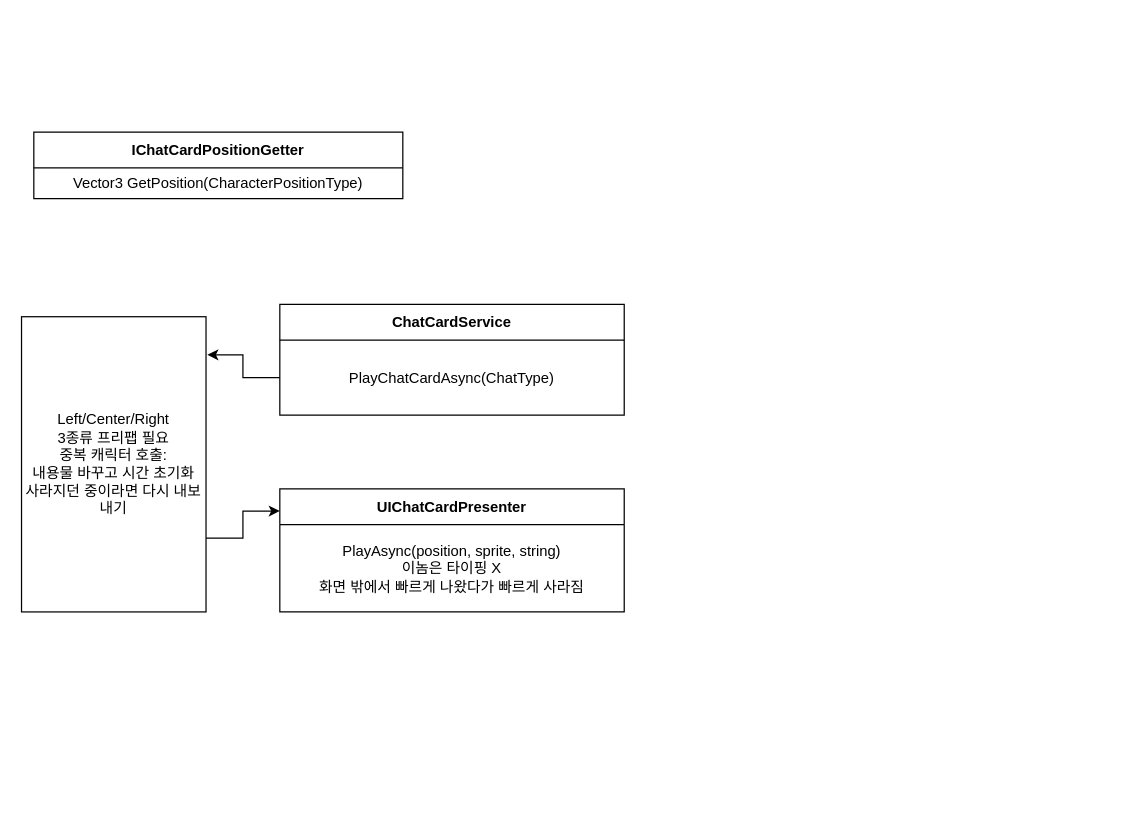
This is page "ChatCard" (14 of 18) of Diagram.drawio from ClapJeong/LRGame, a draw.io file, before an edit. Source tidied: cells renumbered, new cells numbered last; positions are measured from the earlier drawing's top-left corner, leaving out a move shared by most shapes. Both pictures are drawn from the tidied source at 123%, with x=0, y=0 at pixel (21, 132).
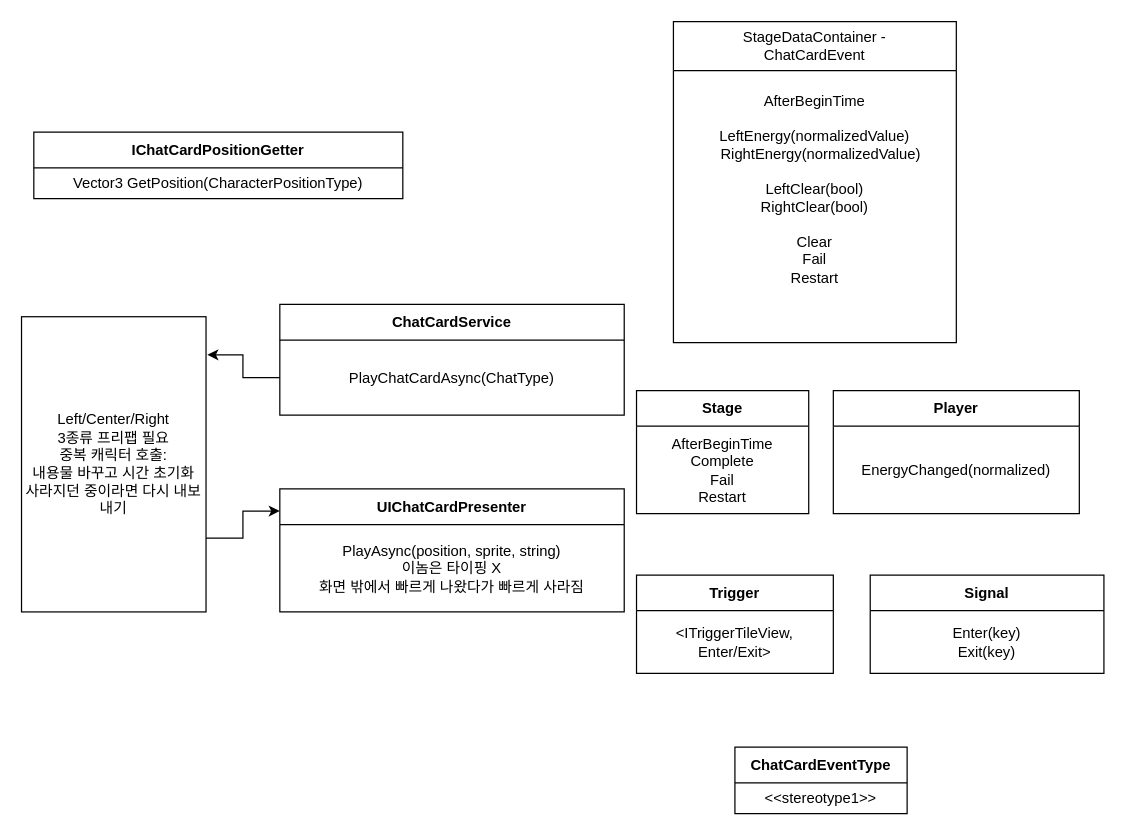
The same page after the edit.

The edit, as a diff of the source:
```diff
@@
+    <mxCell id="11" value="&lt;span style=&quot;font-weight: 400;&quot;&gt;StageDataContainer -&lt;/span&gt;&lt;div&gt;&lt;span style=&quot;font-weight: 400;&quot;&gt;ChatCardEvent&lt;/span&gt;&lt;/div&gt;" style="swimlane;fontStyle=1;align=center;verticalAlign=middle;horizontal=1;startSize=40;html=1;whiteSpace=wrap;" parent="1" vertex="1">
+      <mxGeometry x="530" y="-90" width="230" height="261" as="geometry" />
+    </mxCell>
+    <mxCell id="12" value="AfterBeginTime&lt;div&gt;&lt;br&gt;&lt;div&gt;&lt;div&gt;LeftEnergy(normalizedValue)&lt;/div&gt;&lt;div&gt;&amp;nbsp; &amp;nbsp;RightEnergy(normalizedValue)&lt;/div&gt;&lt;/div&gt;&lt;div&gt;&lt;br&gt;&lt;/div&gt;&lt;div&gt;&lt;div&gt;LeftClear(bool)&lt;/div&gt;&lt;div&gt;&lt;span style=&quot;background-color: transparent; color: light-dark(rgb(0, 0, 0), rgb(255, 255, 255));&quot;&gt;RightClear(bool)&lt;/span&gt;&lt;/div&gt;&lt;div&gt;&lt;br&gt;&lt;/div&gt;&lt;/div&gt;&lt;/div&gt;&lt;div&gt;Clear&lt;/div&gt;&lt;div&gt;Fail&lt;/div&gt;&lt;div&gt;Restart&lt;/div&gt;&lt;div&gt;&lt;br&gt;&lt;/div&gt;&lt;div&gt;&lt;br&gt;&lt;/div&gt;" style="text;html=1;strokeColor=none;fillColor=none;align=center;verticalAlign=middle;spacingLeft=4;spacingRight=4;overflow=hidden;whiteSpace=wrap;" parent="11" vertex="1">
+      <mxGeometry y="40" width="230" height="221" as="geometry" />
+    </mxCell>
+    <mxCell id="13" value="Stage" style="swimlane;fontStyle=1;align=center;verticalAlign=middle;horizontal=1;startSize=29;html=1;whiteSpace=wrap;" parent="1" vertex="1">
+      <mxGeometry x="500" y="210" width="140" height="100" as="geometry" />
+    </mxCell>
+    <mxCell id="14" value="AfterBeginTime&lt;div&gt;Complete&lt;/div&gt;&lt;div&gt;Fail&lt;/div&gt;&lt;div&gt;Restart&lt;/div&gt;" style="text;html=1;strokeColor=none;fillColor=none;align=center;verticalAlign=middle;spacingLeft=4;spacingRight=4;overflow=hidden;whiteSpace=wrap;" parent="13" vertex="1">
+      <mxGeometry y="29" width="140" height="71" as="geometry" />
+    </mxCell>
+    <mxCell id="15" value="Player" style="swimlane;fontStyle=1;align=center;verticalAlign=middle;horizontal=1;startSize=29;html=1;whiteSpace=wrap;" parent="1" vertex="1">
+      <mxGeometry x="660" y="210" width="200" height="100" as="geometry" />
+    </mxCell>
+    <mxCell id="16" value="EnergyChanged(normalized)" style="text;html=1;strokeColor=none;fillColor=none;align=center;verticalAlign=middle;spacingLeft=4;spacingRight=4;overflow=hidden;whiteSpace=wrap;" parent="15" vertex="1">
+      <mxGeometry y="29" width="200" height="71" as="geometry" />
+    </mxCell>
+    <mxCell id="17" value="Trigger" style="swimlane;fontStyle=1;align=center;verticalAlign=middle;horizontal=1;startSize=29;html=1;whiteSpace=wrap;" parent="1" vertex="1">
+      <mxGeometry x="500" y="360" width="160" height="80" as="geometry" />
+    </mxCell>
+    <mxCell id="18" value="&amp;lt;ITriggerTileView, Enter/Exit&amp;gt;" style="text;html=1;strokeColor=none;fillColor=none;align=center;verticalAlign=middle;spacingLeft=4;spacingRight=4;overflow=hidden;whiteSpace=wrap;" parent="17" vertex="1">
+      <mxGeometry y="29" width="160" height="51" as="geometry" />
+    </mxCell>
+    <mxCell id="19" value="Signal" style="swimlane;fontStyle=1;align=center;verticalAlign=middle;horizontal=1;startSize=29;html=1;whiteSpace=wrap;" parent="1" vertex="1">
+      <mxGeometry x="690" y="360" width="190" height="80" as="geometry" />
+    </mxCell>
+    <mxCell id="20" value="Enter(key)&lt;div&gt;Exit(key)&lt;/div&gt;" style="text;html=1;strokeColor=none;fillColor=none;align=center;verticalAlign=middle;spacingLeft=4;spacingRight=4;overflow=hidden;whiteSpace=wrap;" parent="19" vertex="1">
+      <mxGeometry y="29" width="190" height="51" as="geometry" />
+    </mxCell>
+    <mxCell id="21" value="ChatCardEventType" style="swimlane;fontStyle=1;align=center;verticalAlign=middle;horizontal=1;startSize=29;html=1;whiteSpace=wrap;" parent="1" vertex="1">
+      <mxGeometry x="580" y="500" width="140" height="54" as="geometry" />
+    </mxCell>
+    <mxCell id="22" value="&amp;lt;&amp;lt;stereotype1&amp;gt;&amp;gt;" style="text;html=1;strokeColor=none;fillColor=none;align=center;verticalAlign=middle;spacingLeft=4;spacingRight=4;overflow=hidden;whiteSpace=wrap;" parent="21" vertex="1">
+      <mxGeometry y="29" width="140" height="25" as="geometry" />
+    </mxCell>
```
